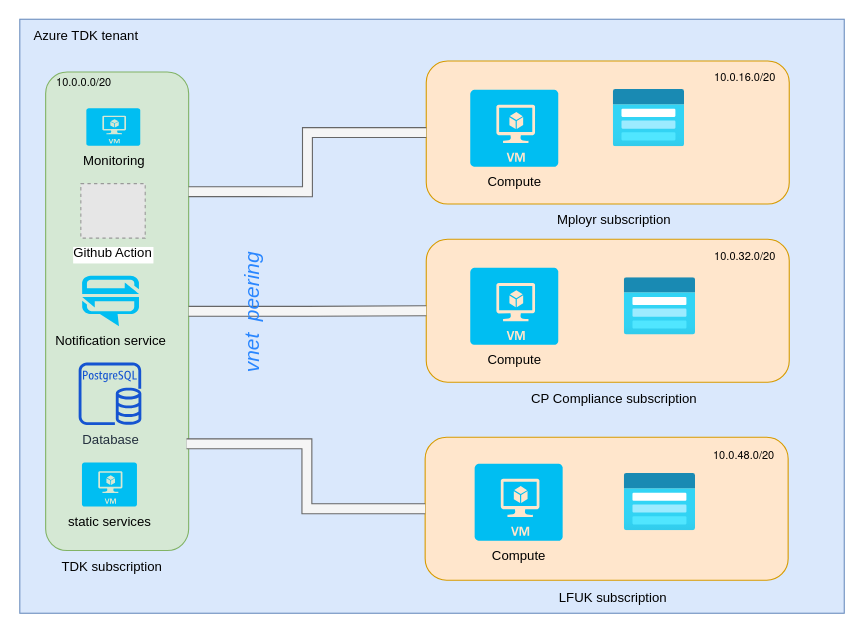
anand-pratik/anand-pratik keeps this draw.io diagram as infra-plan.drawio. Above is the earlier version. Source tidied: cells renumbered, new cells numbered last; positions are measured from the earlier drawing's top-left corner, leaving out a move shared by most shapes. Both pictures are drawn from the tidied source at 110%, with x=0, y=0 at pixel (19, 19). Pictures stored in the file or linked from it are replaced by grey dashed boxes.
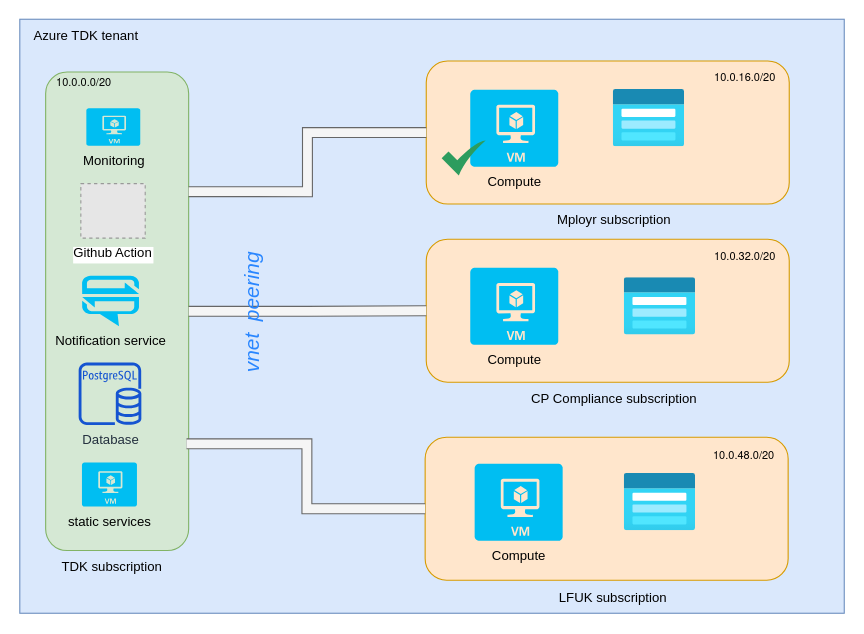
The same diagram, later.

Unchanged cells that the change refers to:
```xml
<mxCell id="4" style="group;" parent="1" vertex="1">
  <mxGeometry x="370" y="38" width="330" height="160" as="geometry" />
</mxCell>
```

Change to the diagram source:
```diff
@@
+    <mxCell id="35" style="sketch=0;html=1;strokeColor=none;shadow=0;align=center;fillColor=#2D9C5E;verticalAlign=top;labelPosition=center;verticalLabelPosition=bottom;shape=mxgraph.gcp2.check;" parent="4" vertex="1">
+      <mxGeometry x="14" y="72" width="40" height="32" as="geometry" />
+    </mxCell>
```
